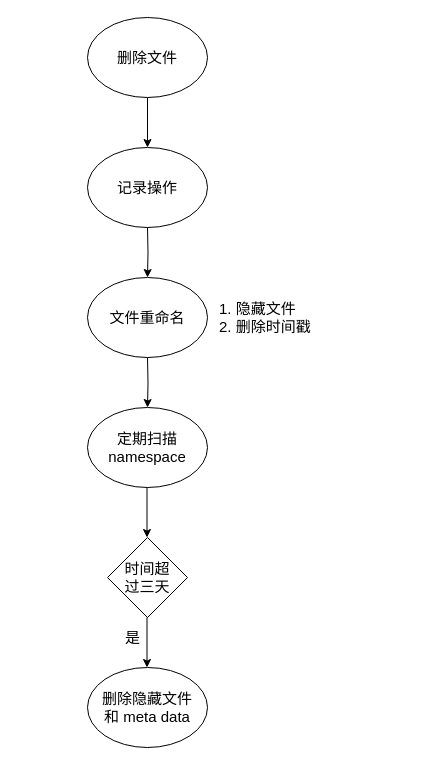
This is garbage collection.drawio from ywq1113/scripts, a draw.io file, before an edit. Source tidied: cells renumbered, new cells numbered last; positions are measured from the earlier drawing's top-left corner, leaving out a move shared by most shapes. Both pictures are drawn from the tidied source at 100%, with x=0, y=0 at pixel (87, 17).
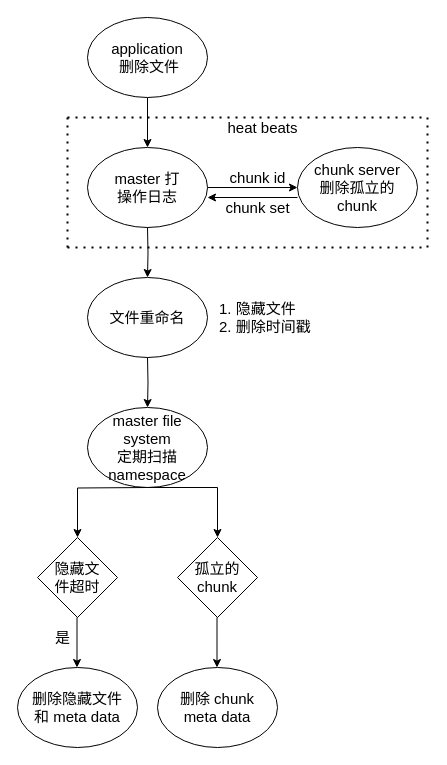
After the change.

Diff of the diagram source:
```diff
@@
-    <mxCell id="3" value="&lt;font style=&quot;font-size: 15px&quot;&gt;删除文件&lt;/font&gt;" style="ellipse;whiteSpace=wrap;html=1;" parent="1" vertex="1">
+    <mxCell id="3" value="&lt;font style=&quot;font-size: 15px&quot;&gt;application&lt;br&gt;&amp;nbsp;删除文件&lt;/font&gt;" style="ellipse;whiteSpace=wrap;html=1;" parent="1" vertex="1">
       <mxGeometry width="120" height="80" as="geometry" />
     </mxCell>
+    <mxCell id="15" style="edgeStyle=orthogonalEdgeStyle;rounded=0;jettySize=auto;html=1;" parent="1" edge="1" source="4" target="20">
+      <mxGeometry relative="1" as="geometry" />
+    </mxCell>
-    <mxCell id="4" value="&lt;font style=&quot;font-size: 15px&quot;&gt;记录操作&lt;/font&gt;" style="ellipse;whiteSpace=wrap;html=1;" parent="1" vertex="1">
+    <mxCell id="4" value="&lt;font style=&quot;font-size: 15px&quot;&gt;master 打&lt;br&gt;操作日志&lt;/font&gt;" style="ellipse;whiteSpace=wrap;html=1;" parent="1" vertex="1">
       <mxGeometry y="130" width="120" height="80" as="geometry" />
     </mxCell>
@@
-    <mxCell id="9" value="&lt;span style=&quot;font-size: 15px&quot;&gt;定期扫描 namespace&lt;/span&gt;" style="ellipse;whiteSpace=wrap;html=1;" parent="1" vertex="1">
+    <mxCell id="9" value="&lt;span style=&quot;font-size: 15px&quot;&gt;master file system&lt;br&gt;定期扫描 namespace&lt;/span&gt;" style="ellipse;whiteSpace=wrap;html=1;" parent="1" vertex="1">
       <mxGeometry y="390" width="120" height="80" as="geometry" />
     </mxCell>
-    <mxCell id="10" value="&lt;font style=&quot;font-size: 15px&quot;&gt;时间超&lt;br&gt;过三天&lt;/font&gt;" style="rhombus;whiteSpace=wrap;html=1;" parent="1" vertex="1">
-      <mxGeometry x="20" y="520" width="80" height="80" as="geometry" />
+    <mxCell id="10" value="&lt;font style=&quot;font-size: 15px&quot;&gt;隐藏文&lt;br&gt;件超时&lt;br&gt;&lt;/font&gt;" style="rhombus;whiteSpace=wrap;html=1;" parent="1" vertex="1">
+      <mxGeometry x="-50" y="520" width="80" height="80" as="geometry" />
     </mxCell>
-    <mxCell id="11" style="edgeStyle=orthogonalEdgeStyle;rounded=0;orthogonalLoop=1;jettySize=auto;html=1;" parent="1" edge="1">
+    <mxCell id="11" style="edgeStyle=orthogonalEdgeStyle;rounded=0;jettySize=auto;html=1;entryX=0.5;entryY=0;entryDx=0;entryDy=0;" parent="1" edge="1" target="10">
       <mxGeometry relative="1" as="geometry">
         <mxPoint x="59.5" y="470" as="sourcePoint" />
-        <mxPoint x="59.5" y="520" as="targetPoint" />
       </mxGeometry>
     </mxCell>
     <mxCell id="12" style="edgeStyle=orthogonalEdgeStyle;rounded=0;orthogonalLoop=1;jettySize=auto;html=1;" parent="1" edge="1">
       <mxGeometry relative="1" as="geometry">
-        <mxPoint x="59.5" y="600" as="sourcePoint" />
-        <mxPoint x="59.5" y="650" as="targetPoint" />
+        <mxPoint x="-10.5" y="600" as="sourcePoint" />
+        <mxPoint x="-10.5" y="650" as="targetPoint" />
       </mxGeometry>
     </mxCell>
     <mxCell id="13" value="&lt;font style=&quot;font-size: 15px&quot;&gt;是&lt;/font&gt;" style="text;html=1;align=center;verticalAlign=middle;" parent="1" vertex="1">
-      <mxGeometry x="30" y="610" width="30" height="20" as="geometry" />
+      <mxGeometry x="-40" y="610" width="30" height="20" as="geometry" />
     </mxCell>
     <mxCell id="14" value="&lt;span style=&quot;font-size: 15px&quot;&gt;删除隐藏文件&lt;br&gt;和 meta data&lt;/span&gt;" style="ellipse;whiteSpace=wrap;html=1;" parent="1" vertex="1">
-      <mxGeometry y="650" width="120" height="80" as="geometry" />
+      <mxGeometry x="-70" y="650" width="120" height="80" as="geometry" />
     </mxCell>
+    <mxCell id="16" value="&lt;span style=&quot;font-size: 15px&quot;&gt;孤立的chunk&lt;/span&gt;" style="rhombus;whiteSpace=wrap;html=1;" parent="1" vertex="1">
+      <mxGeometry x="90" y="520" width="80" height="80" as="geometry" />
+    </mxCell>
+    <mxCell id="17" style="edgeStyle=orthogonalEdgeStyle;rounded=0;jettySize=auto;html=1;entryX=0.5;entryY=0;entryDx=0;entryDy=0;exitX=0.5;exitY=1;exitDx=0;exitDy=0;" parent="1" edge="1" target="16">
+      <mxGeometry relative="1" as="geometry">
+        <mxPoint x="50" y="470" as="sourcePoint" />
+        <Array as="points">
+          <mxPoint x="130" y="470" />
+        </Array>
+      </mxGeometry>
+    </mxCell>
+    <mxCell id="18" style="edgeStyle=orthogonalEdgeStyle;rounded=0;orthogonalLoop=1;jettySize=auto;html=1;" parent="1" edge="1">
+      <mxGeometry relative="1" as="geometry">
+        <mxPoint x="129.5" y="600" as="sourcePoint" />
+        <mxPoint x="129.5" y="650" as="targetPoint" />
+      </mxGeometry>
+    </mxCell>
+    <mxCell id="19" value="&lt;span style=&quot;font-size: 15px&quot;&gt;删除 chunk &lt;br&gt;meta data&lt;/span&gt;" style="ellipse;whiteSpace=wrap;html=1;" parent="1" vertex="1">
+      <mxGeometry x="70" y="650" width="120" height="80" as="geometry" />
+    </mxCell>
+    <mxCell id="20" value="&lt;span style=&quot;font-size: 15px&quot;&gt;chunk server&lt;br&gt;删除孤立的 chunk&lt;br&gt;&lt;/span&gt;" style="ellipse;whiteSpace=wrap;html=1;" parent="1" vertex="1">
+      <mxGeometry x="210" y="130" width="120" height="80" as="geometry" />
+    </mxCell>
+    <mxCell id="21" style="edgeStyle=orthogonalEdgeStyle;rounded=0;orthogonalLoop=1;jettySize=auto;html=1;" parent="1" edge="1">
+      <mxGeometry relative="1" as="geometry">
+        <mxPoint x="210" y="180" as="sourcePoint" />
+        <mxPoint x="120" y="180" as="targetPoint" />
+      </mxGeometry>
+    </mxCell>
+    <mxCell id="22" value="&lt;font style=&quot;font-size: 15px&quot;&gt;heat beats&lt;/font&gt;" style="text;html=1;align=center;verticalAlign=middle;" parent="1" vertex="1">
+      <mxGeometry x="130" y="100" width="90" height="20" as="geometry" />
+    </mxCell>
+    <mxCell id="23" value="&lt;font style=&quot;font-size: 15px&quot;&gt;chunk set&lt;/font&gt;" style="text;html=1;align=center;verticalAlign=middle;" parent="1" vertex="1">
+      <mxGeometry x="130" y="180" width="80" height="20" as="geometry" />
+    </mxCell>
+    <mxCell id="24" value="&lt;font style=&quot;font-size: 15px&quot;&gt;chunk id&lt;/font&gt;" style="text;html=1;align=center;verticalAlign=middle;" parent="1" vertex="1">
+      <mxGeometry x="135" y="150" width="70" height="20" as="geometry" />
+    </mxCell>
+    <mxCell id="25" style="endArrow=none;dashed=1;html=1;dashPattern=1 3;strokeWidth=2;" parent="1" edge="1">
+      <mxGeometry relative="1" as="geometry">
+        <mxPoint x="-20" y="100" as="sourcePoint" />
+        <mxPoint x="340" y="100" as="targetPoint" />
+      </mxGeometry>
+    </mxCell>
+    <mxCell id="26" style="endArrow=none;dashed=1;html=1;dashPattern=1 3;strokeWidth=2;" parent="1" edge="1">
+      <mxGeometry relative="1" as="geometry">
+        <mxPoint x="-20" y="230" as="sourcePoint" />
+        <mxPoint x="340" y="230" as="targetPoint" />
+      </mxGeometry>
+    </mxCell>
+    <mxCell id="27" style="endArrow=none;dashed=1;html=1;dashPattern=1 3;strokeWidth=2;" parent="1" edge="1">
+      <mxGeometry relative="1" as="geometry">
+        <mxPoint x="-20" y="230" as="sourcePoint" />
+        <mxPoint x="-20" y="100" as="targetPoint" />
+      </mxGeometry>
+    </mxCell>
+    <mxCell id="28" style="endArrow=none;dashed=1;html=1;dashPattern=1 3;strokeWidth=2;" parent="1" edge="1">
+      <mxGeometry relative="1" as="geometry">
+        <mxPoint x="340" y="230" as="sourcePoint" />
+        <mxPoint x="340" y="100" as="targetPoint" />
+      </mxGeometry>
+    </mxCell>
```
